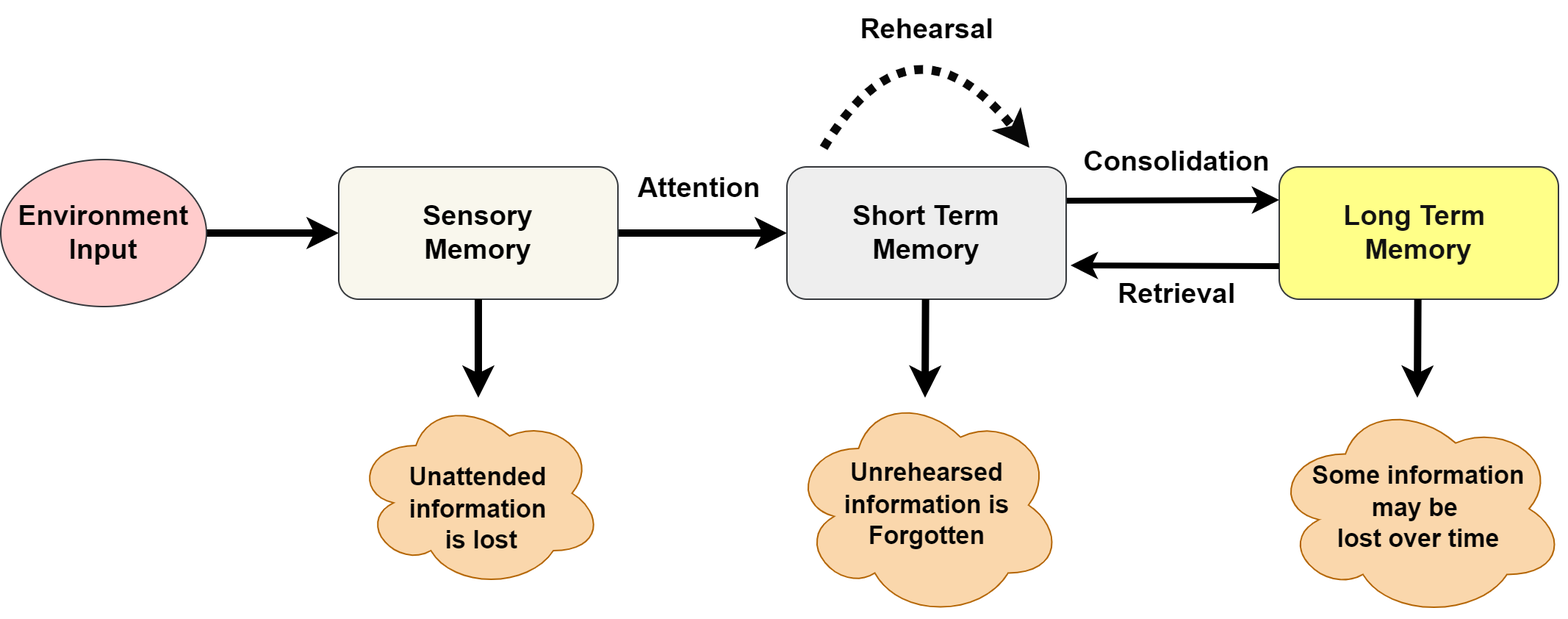
The draw.io diagram Presentations files/images/Modal Model.png in quinix45/PSYC2_401_Memory_Lab_Slides, before a commit. Source tidied: cells renumbered, new cells last; positions are measured from the earlier drawing's top-left corner, leaving out a move shared by most shapes.
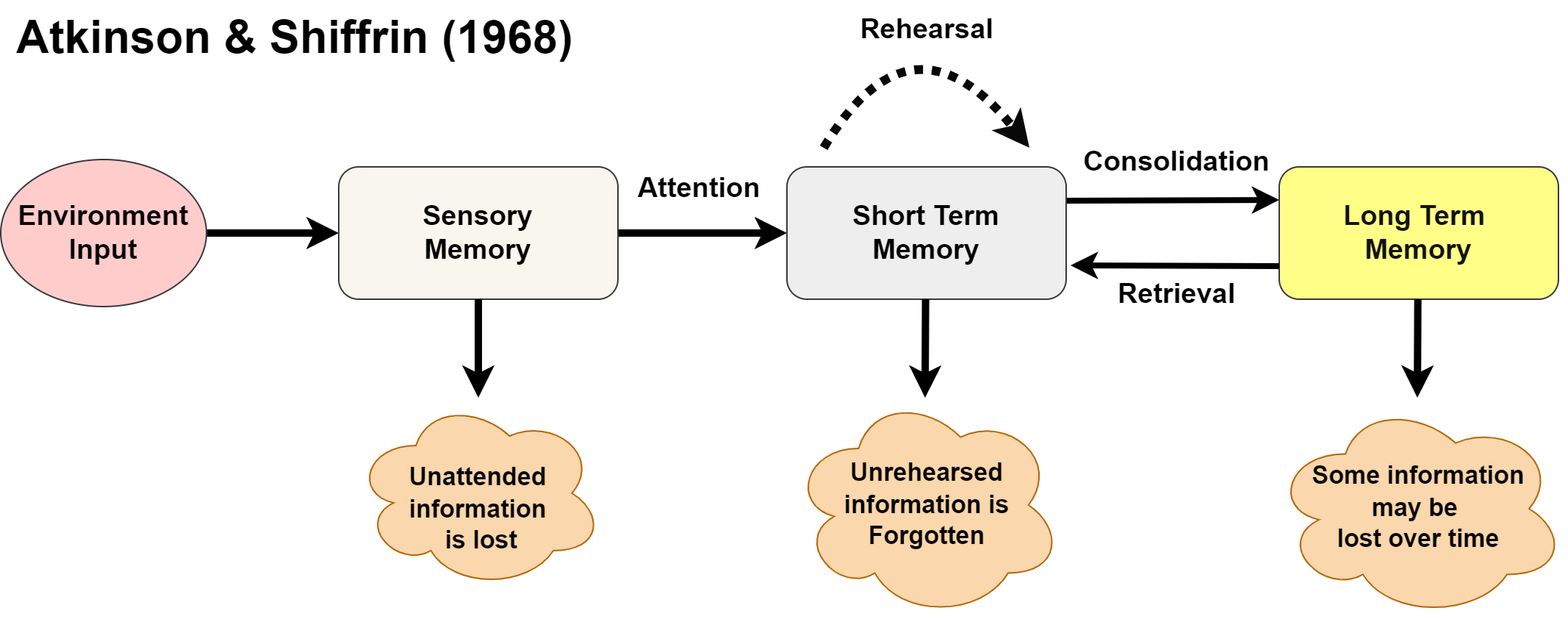
After the change.

The edit, as a diff of the source:
```diff
@@ -77,5 +77,8 @@
     <mxCell id="20" value="&lt;font color=&quot;#050505&quot;&gt;&lt;span style=&quot;font-size: 17px;&quot;&gt;&lt;b&gt;Some information&lt;br&gt;may be&amp;nbsp;&lt;br&gt;lost over time&lt;br&gt;&lt;/b&gt;&lt;/span&gt;&lt;/font&gt;" style="ellipse;shape=cloud;whiteSpace=wrap;html=1;rounded=1;strokeColor=#b46504;fontFamily=Helvetica;fontSize=18;fillColor=#fad7ac;" parent="1" vertex="1">
       <mxGeometry x="865" y="271" width="200" height="149" as="geometry" />
     </mxCell>
+    <mxCell id="21" value="&lt;font color=&quot;#000000&quot;&gt;&lt;span style=&quot;font-size: 31px;&quot;&gt;&lt;b&gt;Atkinson &amp;amp; Shiffrin (1968)&lt;/b&gt;&lt;/span&gt;&lt;/font&gt;" style="text;html=1;align=center;verticalAlign=middle;strokeColor=none;fillColor=none;fontSize=18;fontFamily=Helvetica;fontColor=default;" parent="1" vertex="1">
+      <mxGeometry width="400" height="50" as="geometry" />
+    </mxCell>
   </root>
 </mxGraphModel>
```
